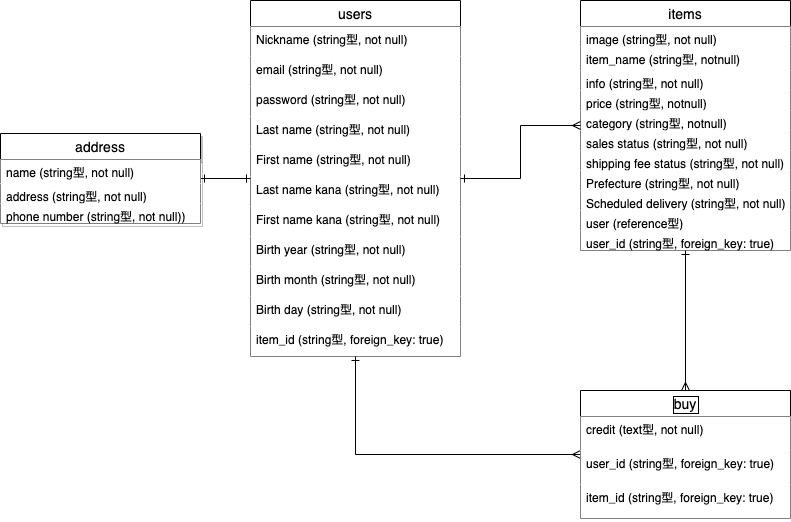
The draw.io diagram test.png in teru0429/furima-33042, before a commit. Source tidied: cells renumbered, new cells last; positions are measured from the earlier drawing's top-left corner, leaving out a move shared by most shapes.
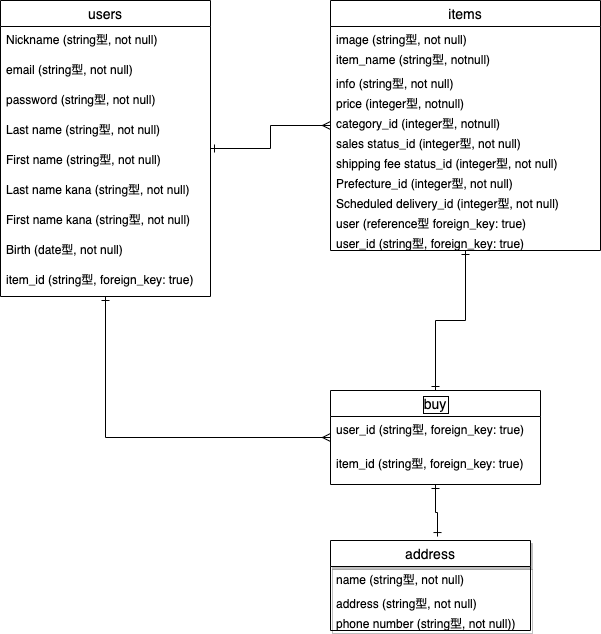
After the change.

What changed in the source:
```diff
@@ -2,77 +2,71 @@
   <root>
     <mxCell id="0" />
     <mxCell id="1" parent="0" />
-    <mxCell id="2" value="users" style="swimlane;fontStyle=0;horizontal=1;startSize=26;align=center;fontSize=14;fillColor=#FFFFFF;" parent="1" vertex="1">
-      <mxGeometry x="250" width="210" height="356" as="geometry" />
+    <mxCell id="2" value="users" style="swimlane;fontStyle=0;horizontal=1;startSize=26;align=center;fontSize=14;" parent="1" vertex="1">
+      <mxGeometry x="250" width="210" height="296" as="geometry" />
     </mxCell>
-    <mxCell id="3" value="Nickname (string型, not null)" style="text;strokeColor=none;fillColor=#FFFFFF;spacingLeft=4;spacingRight=4;overflow=hidden;fontSize=12;" parent="2" vertex="1">
+    <mxCell id="3" value="Nickname (string型, not null)" style="text;strokeColor=none;fillColor=none;spacingLeft=4;spacingRight=4;overflow=hidden;fontSize=12;" parent="2" vertex="1">
       <mxGeometry y="26" width="210" height="30" as="geometry" />
     </mxCell>
-    <mxCell id="4" value="email (string型, not null)" style="text;strokeColor=none;fillColor=#FFFFFF;spacingLeft=4;spacingRight=4;overflow=hidden;fontSize=12;" parent="2" vertex="1">
+    <mxCell id="4" value="email (string型, not null)" style="text;strokeColor=none;fillColor=none;spacingLeft=4;spacingRight=4;overflow=hidden;fontSize=12;" parent="2" vertex="1">
       <mxGeometry y="56" width="210" height="30" as="geometry" />
     </mxCell>
-    <mxCell id="5" value="password (string型, not null)" style="text;strokeColor=none;fillColor=#FFFFFF;spacingLeft=4;spacingRight=4;overflow=hidden;fontSize=12;" parent="2" vertex="1">
+    <mxCell id="5" value="password (string型, not null)" style="text;strokeColor=none;fillColor=none;spacingLeft=4;spacingRight=4;overflow=hidden;fontSize=12;" parent="2" vertex="1">
       <mxGeometry y="86" width="210" height="30" as="geometry" />
     </mxCell>
-    <mxCell id="6" value="Last name (string型, not null)" style="text;strokeColor=none;fillColor=#FFFFFF;spacingLeft=4;spacingRight=4;overflow=hidden;fontSize=12;" parent="2" vertex="1">
+    <mxCell id="6" value="Last name (string型, not null)" style="text;strokeColor=none;fillColor=none;spacingLeft=4;spacingRight=4;overflow=hidden;fontSize=12;" parent="2" vertex="1">
       <mxGeometry y="116" width="210" height="30" as="geometry" />
     </mxCell>
-    <mxCell id="7" value="First name (string型, not null)" style="text;strokeColor=none;fillColor=#FFFFFF;spacingLeft=4;spacingRight=4;overflow=hidden;fontSize=12;" parent="2" vertex="1">
+    <mxCell id="7" value="First name (string型, not null)" style="text;strokeColor=none;fillColor=none;spacingLeft=4;spacingRight=4;overflow=hidden;fontSize=12;" parent="2" vertex="1">
       <mxGeometry y="146" width="210" height="30" as="geometry" />
     </mxCell>
-    <mxCell id="8" value="Last name kana (string型, not null)" style="text;strokeColor=none;fillColor=#FFFFFF;spacingLeft=4;spacingRight=4;overflow=hidden;fontSize=12;" parent="2" vertex="1">
+    <mxCell id="8" value="Last name kana (string型, not null)" style="text;strokeColor=none;fillColor=none;spacingLeft=4;spacingRight=4;overflow=hidden;fontSize=12;" parent="2" vertex="1">
       <mxGeometry y="176" width="210" height="30" as="geometry" />
     </mxCell>
-    <mxCell id="9" value="First name kana (string型, not null)" style="text;strokeColor=none;fillColor=#FFFFFF;spacingLeft=4;spacingRight=4;overflow=hidden;fontSize=12;" parent="2" vertex="1">
+    <mxCell id="9" value="First name kana (string型, not null)" style="text;strokeColor=none;fillColor=none;spacingLeft=4;spacingRight=4;overflow=hidden;fontSize=12;" parent="2" vertex="1">
       <mxGeometry y="206" width="210" height="30" as="geometry" />
     </mxCell>
-    <mxCell id="10" value="Birth year (string型, not null)" style="text;strokeColor=none;fillColor=#FFFFFF;spacingLeft=4;spacingRight=4;overflow=hidden;fontSize=12;" parent="2" vertex="1">
+    <mxCell id="10" value="Birth (date型, not null)" style="text;strokeColor=none;fillColor=none;spacingLeft=4;spacingRight=4;overflow=hidden;fontSize=12;" parent="2" vertex="1">
       <mxGeometry y="236" width="210" height="30" as="geometry" />
     </mxCell>
-    <mxCell id="11" value="Birth month (string型, not null)" style="text;strokeColor=none;fillColor=#FFFFFF;spacingLeft=4;spacingRight=4;overflow=hidden;fontSize=12;" parent="2" vertex="1">
-      <mxGeometry y="266" width="210" height="30" as="geometry" />
-    </mxCell>
-    <mxCell id="12" value="Birth day (string型, not null)" style="text;strokeColor=none;fillColor=#FFFFFF;spacingLeft=4;spacingRight=4;overflow=hidden;fontSize=12;" parent="2" vertex="1">
-      <mxGeometry y="296" width="210" height="30" as="geometry" />
-    </mxCell>
-    <mxCell id="13" value="item_id (string型, foreign_key: true)" style="text;strokeColor=none;fillColor=#FFFFFF;spacingLeft=4;spacingRight=4;overflow=hidden;fontSize=12;" parent="2" vertex="1">
-      <mxGeometry y="326" width="210" height="30" as="geometry" />
+    <mxCell id="13" value="item_id (string型, foreign_key: true)" style="text;strokeColor=none;fillColor=none;spacingLeft=4;spacingRight=4;overflow=hidden;fontSize=12;" parent="2" vertex="1">
+      <mxGeometry y="266" width="210" height="30" as="geometry" />
     </mxCell>
-    <mxCell id="14" value="items" style="swimlane;fontStyle=0;horizontal=1;startSize=26;align=center;fontSize=14;fillColor=#FFFFFF;" parent="1" vertex="1">
-      <mxGeometry x="580" width="210" height="250" as="geometry" />
+    <mxCell id="14" value="items" style="swimlane;fontStyle=0;horizontal=1;startSize=26;align=center;fontSize=14;" parent="1" vertex="1">
+      <mxGeometry x="580" width="270" height="250" as="geometry" />
     </mxCell>
-    <mxCell id="15" value="image (string型, not null)" style="text;strokeColor=none;fillColor=#FFFFFF;spacingLeft=4;spacingRight=4;overflow=hidden;fontSize=12;" parent="14" vertex="1">
-      <mxGeometry y="26" width="210" height="20" as="geometry" />
+    <mxCell id="15" value="image (string型, not null)" style="text;strokeColor=none;fillColor=none;spacingLeft=4;spacingRight=4;overflow=hidden;fontSize=12;" parent="14" vertex="1">
+      <mxGeometry y="26" width="270" height="20" as="geometry" />
     </mxCell>
-    <mxCell id="16" value="item_name (string型, notnull)" style="text;strokeColor=none;fillColor=#FFFFFF;spacingLeft=4;spacingRight=4;overflow=hidden;fontSize=12;" parent="14" vertex="1">
-      <mxGeometry y="46" width="210" height="24" as="geometry" />
+    <mxCell id="16" value="item_name (string型, notnull)" style="text;strokeColor=none;fillColor=none;spacingLeft=4;spacingRight=4;overflow=hidden;fontSize=12;" parent="14" vertex="1">
+      <mxGeometry y="46" width="270" height="24" as="geometry" />
     </mxCell>
-    <mxCell id="17" value="info (string型, not null)" style="text;strokeColor=none;fillColor=#FFFFFF;spacingLeft=4;spacingRight=4;overflow=hidden;fontSize=12;" parent="14" vertex="1">
-      <mxGeometry y="70" width="210" height="20" as="geometry" />
+    <mxCell id="17" value="info (string型, not null)" style="text;strokeColor=none;fillColor=none;spacingLeft=4;spacingRight=4;overflow=hidden;fontSize=12;" parent="14" vertex="1">
+      <mxGeometry y="70" width="270" height="20" as="geometry" />
     </mxCell>
-    <mxCell id="18" value="price (string型, notnull)" style="text;strokeColor=none;fillColor=#FFFFFF;spacingLeft=4;spacingRight=4;overflow=hidden;fontSize=12;" parent="14" vertex="1">
-      <mxGeometry y="90" width="210" height="20" as="geometry" />
+    <mxCell id="18" value="price (integer型, notnull)" style="text;strokeColor=none;fillColor=none;spacingLeft=4;spacingRight=4;overflow=hidden;fontSize=12;" parent="14" vertex="1">
+      <mxGeometry y="90" width="270" height="20" as="geometry" />
     </mxCell>
-    <mxCell id="19" value="category (string型, notnull)" style="text;strokeColor=none;fillColor=#FFFFFF;spacingLeft=4;spacingRight=4;overflow=hidden;fontSize=12;" parent="14" vertex="1">
-      <mxGeometry y="110" width="210" height="20" as="geometry" />
+    <mxCell id="19" value="category_id (integer型, notnull)" style="text;strokeColor=none;fillColor=none;spacingLeft=4;spacingRight=4;overflow=hidden;fontSize=12;" parent="14" vertex="1">
+      <mxGeometry y="110" width="270" height="20" as="geometry" />
     </mxCell>
-    <mxCell id="20" value="sales status (string型, not null)" style="text;strokeColor=none;fillColor=#FFFFFF;spacingLeft=4;spacingRight=4;overflow=hidden;fontSize=12;" parent="14" vertex="1">
-      <mxGeometry y="130" width="210" height="20" as="geometry" />
+    <mxCell id="20" value="sales status_id (integer型, not null)" style="text;strokeColor=none;fillColor=none;spacingLeft=4;spacingRight=4;overflow=hidden;fontSize=12;" parent="14" vertex="1">
+      <mxGeometry y="130" width="270" height="20" as="geometry" />
     </mxCell>
-    <mxCell id="21" value="shipping fee status (string型, not null)" style="text;strokeColor=none;fillColor=#FFFFFF;spacingLeft=4;spacingRight=4;overflow=hidden;fontSize=12;" parent="14" vertex="1">
-      <mxGeometry y="150" width="210" height="20" as="geometry" />
+    <mxCell id="21" value="shipping fee status_id (integer型, not null)" style="text;strokeColor=none;fillColor=none;spacingLeft=4;spacingRight=4;overflow=hidden;fontSize=12;" parent="14" vertex="1">
+      <mxGeometry y="150" width="270" height="20" as="geometry" />
     </mxCell>
-    <mxCell id="22" value="Prefecture (string型, not null)" style="text;strokeColor=none;fillColor=#FFFFFF;spacingLeft=4;spacingRight=4;overflow=hidden;fontSize=12;" parent="14" vertex="1">
-      <mxGeometry y="170" width="210" height="20" as="geometry" />
+    <mxCell id="22" value="Prefecture_id (integer型, not null)" style="text;strokeColor=none;fillColor=none;spacingLeft=4;spacingRight=4;overflow=hidden;fontSize=12;" parent="14" vertex="1">
+      <mxGeometry y="170" width="270" height="20" as="geometry" />
     </mxCell>
-    <mxCell id="23" value="Scheduled delivery (string型, not null)" style="text;strokeColor=none;fillColor=#FFFFFF;spacingLeft=4;spacingRight=4;overflow=hidden;fontSize=12;" parent="14" vertex="1">
-      <mxGeometry y="190" width="210" height="20" as="geometry" />
+    <mxCell id="23" value="Scheduled delivery_id (integer型, not null)" style="text;strokeColor=none;fillColor=none;spacingLeft=4;spacingRight=4;overflow=hidden;fontSize=12;" parent="14" vertex="1">
+      <mxGeometry y="190" width="270" height="20" as="geometry" />
     </mxCell>
-    <mxCell id="24" value="user (reference型)" style="text;strokeColor=none;fillColor=#FFFFFF;spacingLeft=4;spacingRight=4;overflow=hidden;fontSize=12;" parent="14" vertex="1">
-      <mxGeometry y="210" width="210" height="20" as="geometry" />
+    <mxCell id="24" value="user (reference型 foreign_key: true)" style="text;strokeColor=none;fillColor=none;spacingLeft=4;spacingRight=4;overflow=hidden;fontSize=12;" parent="14" vertex="1">
+      <mxGeometry y="210" width="270" height="20" as="geometry" />
     </mxCell>
-    <mxCell id="25" value="user_id (string型, foreign_key: true)" style="text;strokeColor=none;fillColor=#FFFFFF;spacingLeft=4;spacingRight=4;overflow=hidden;fontSize=12;" parent="14" vertex="1">
-      <mxGeometry y="230" width="210" height="20" as="geometry" />
+    <mxCell id="25" value="user_id (string型, foreign_key: true)" style="text;strokeColor=none;fillColor=none;spacingLeft=4;spacingRight=4;overflow=hidden;fontSize=12;" parent="14" vertex="1">
+      <mxGeometry y="230" width="270" height="20" as="geometry" />
     </mxCell>
     <mxCell id="26" style="edgeStyle=orthogonalEdgeStyle;rounded=0;jettySize=auto;html=1;startArrow=ERone;startFill=0;endArrow=ERmany;endFill=0;" parent="1" edge="1" source="2" target="14">
       <mxGeometry relative="1" as="geometry" />
@@ -80,35 +74,32 @@
     <mxCell id="27" style="edgeStyle=orthogonalEdgeStyle;rounded=0;jettySize=auto;html=1;startArrow=ERmany;startFill=0;endArrow=ERone;endFill=0;" parent="1" edge="1" source="34" target="2">
       <mxGeometry relative="1" as="geometry" />
     </mxCell>
-    <mxCell id="28" style="edgeStyle=orthogonalEdgeStyle;rounded=0;jettySize=auto;html=1;startArrow=ERmany;startFill=0;endArrow=ERone;endFill=0;" parent="1" edge="1" source="34" target="14">
+    <mxCell id="28" style="edgeStyle=orthogonalEdgeStyle;rounded=0;jettySize=auto;html=1;startArrow=ERone;startFill=0;endArrow=ERone;endFill=0;" parent="1" edge="1" source="34" target="14">
       <mxGeometry relative="1" as="geometry" />
     </mxCell>
-    <mxCell id="29" style="edgeStyle=orthogonalEdgeStyle;rounded=0;jettySize=auto;html=1;startArrow=ERone;startFill=0;endArrow=ERone;endFill=0;" parent="1" edge="1" source="30" target="2">
+    <mxCell id="29" style="edgeStyle=orthogonalEdgeStyle;rounded=0;jettySize=auto;html=1;startArrow=ERone;startFill=0;endArrow=ERone;endFill=0;exitX=0.535;exitY=-0.044;exitDx=0;exitDy=0;exitPerimeter=0;" parent="1" edge="1" source="30" target="34">
       <mxGeometry relative="1" as="geometry" />
     </mxCell>
-    <mxCell id="30" value="address" style="swimlane;fontStyle=0;horizontal=1;startSize=26;align=center;fontSize=14;shadow=1;fillColor=#FFFFFF;" parent="1" vertex="1">
-      <mxGeometry y="133" width="200" height="90" as="geometry" />
+    <mxCell id="30" value="address" style="swimlane;fontStyle=0;horizontal=1;startSize=26;align=center;fontSize=14;shadow=1;" parent="1" vertex="1">
+      <mxGeometry x="580" y="540" width="200" height="90" as="geometry" />
     </mxCell>
-    <mxCell id="31" value="name (string型, not null)" style="text;strokeColor=none;fillColor=#FFFFFF;spacingLeft=4;spacingRight=4;overflow=hidden;fontSize=12;" parent="30" vertex="1">
+    <mxCell id="31" value="name (string型, not null)" style="text;strokeColor=none;fillColor=none;spacingLeft=4;spacingRight=4;overflow=hidden;fontSize=12;" parent="30" vertex="1">
       <mxGeometry y="26" width="200" height="24" as="geometry" />
     </mxCell>
-    <mxCell id="32" value="address (string型, not null)" style="text;strokeColor=none;fillColor=#FFFFFF;spacingLeft=4;spacingRight=4;overflow=hidden;fontSize=12;" parent="30" vertex="1">
+    <mxCell id="32" value="address (string型, not null)" style="text;strokeColor=none;fillColor=none;spacingLeft=4;spacingRight=4;overflow=hidden;fontSize=12;" parent="30" vertex="1">
       <mxGeometry y="50" width="200" height="20" as="geometry" />
     </mxCell>
-    <mxCell id="33" value="phone number (string型, not null))" style="text;strokeColor=none;fillColor=#FFFFFF;spacingLeft=4;spacingRight=4;overflow=hidden;fontSize=12;" parent="30" vertex="1">
+    <mxCell id="33" value="phone number (string型, not null))" style="text;strokeColor=none;fillColor=none;spacingLeft=4;spacingRight=4;overflow=hidden;fontSize=12;" parent="30" vertex="1">
       <mxGeometry y="70" width="200" height="20" as="geometry" />
     </mxCell>
-    <mxCell id="34" value="buy" style="swimlane;fontStyle=0;horizontal=1;startSize=26;align=center;fontSize=14;labelBorderColor=#000000;fillColor=#FFFFFF;" parent="1" vertex="1">
-      <mxGeometry x="580" y="390" width="210" height="128" as="geometry" />
+    <mxCell id="34" value="buy" style="swimlane;fontStyle=0;horizontal=1;startSize=26;align=center;fontSize=14;labelBorderColor=#000000;" parent="1" vertex="1">
+      <mxGeometry x="580" y="390" width="210" height="94" as="geometry" />
     </mxCell>
-    <mxCell id="35" value="credit (text型, not null)" style="text;strokeColor=none;fillColor=#FFFFFF;spacingLeft=4;spacingRight=4;overflow=hidden;fontSize=12;" parent="34" vertex="1">
-      <mxGeometry y="26" width="210" height="34" as="geometry" />
-    </mxCell>
-    <mxCell id="36" value="user_id (string型, foreign_key: true)" style="text;strokeColor=none;fillColor=#FFFFFF;spacingLeft=4;spacingRight=4;overflow=hidden;fontSize=12;" parent="34" vertex="1">
-      <mxGeometry y="60" width="210" height="34" as="geometry" />
+    <mxCell id="36" value="user_id (string型, foreign_key: true)" style="text;strokeColor=none;fillColor=none;spacingLeft=4;spacingRight=4;overflow=hidden;fontSize=12;" parent="34" vertex="1">
+      <mxGeometry y="26" width="210" height="34" as="geometry" />
     </mxCell>
-    <mxCell id="37" value="item_id (string型, foreign_key: true)" style="text;strokeColor=none;fillColor=#FFFFFF;spacingLeft=4;spacingRight=4;overflow=hidden;fontSize=12;" parent="34" vertex="1">
-      <mxGeometry y="94" width="210" height="34" as="geometry" />
+    <mxCell id="37" value="item_id (string型, foreign_key: true)" style="text;strokeColor=none;fillColor=none;spacingLeft=4;spacingRight=4;overflow=hidden;fontSize=12;" parent="34" vertex="1">
+      <mxGeometry y="60" width="210" height="34" as="geometry" />
     </mxCell>
   </root>
 </mxGraphModel>
```
